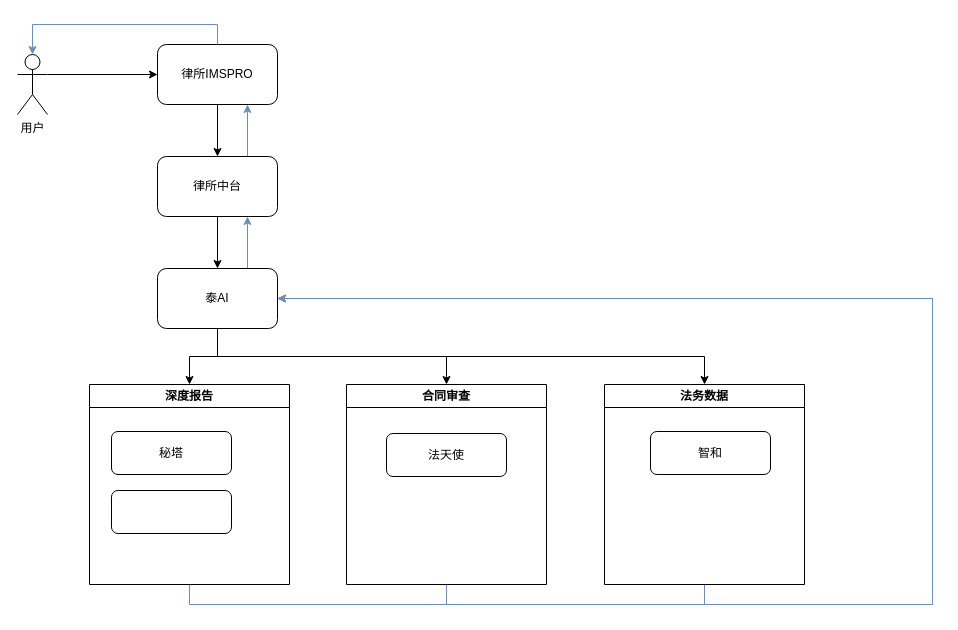
Before: 1110_中台AI.drawio in hy986/Repo_0110, a draw.io diagram. Source tidied: cells renumbered, new cells numbered last; positions are measured from the earlier drawing's top-left corner, leaving out a move shared by most shapes. Both pictures are drawn from the tidied source at 100%, with x=0, y=0 at pixel (17, 44).
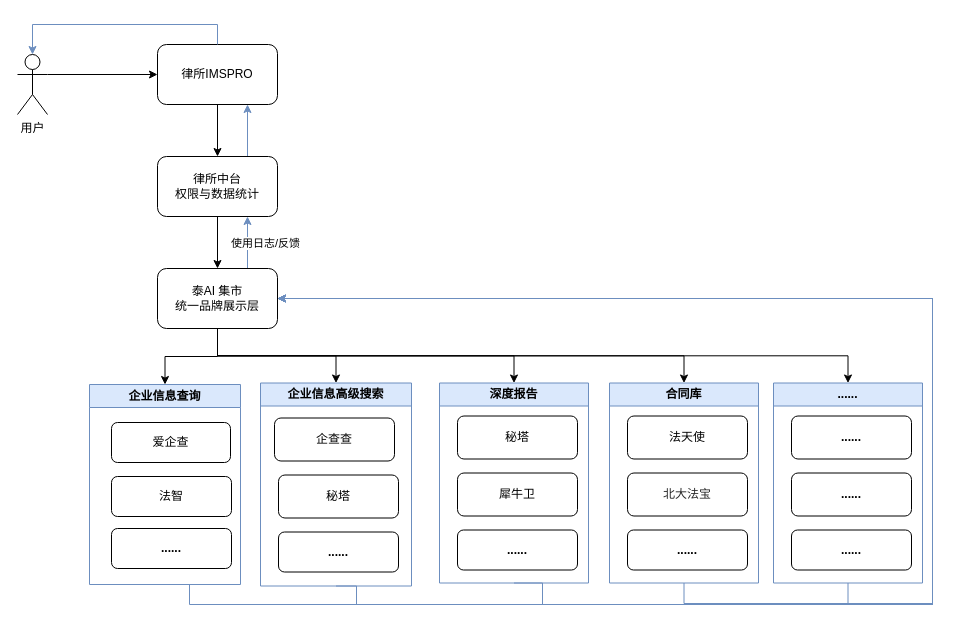
After the change.

Unchanged cells that the change refers to:
```xml
<mxCell id="12" style="edgeStyle=orthogonalEdgeStyle;rounded=0;jettySize=auto;html=1;exitX=0.75;exitY=0;exitDx=0;exitDy=0;entryX=0.75;entryY=1;entryDx=0;entryDy=0;fillColor=#dae8fc;strokeColor=#6c8ebf;" parent="1" edge="1" source="13" target="8">
  <mxGeometry relative="1" as="geometry" />
</mxCell>
```

The edit, as a diff of the source:
```diff
@@
-    <mxCell id="8" value="律所中台" style="rounded=1;whiteSpace=wrap;html=1;" parent="1" vertex="1">
+    <mxCell id="8" value="律所中台&lt;br&gt;权限与数据统计" style="rounded=1;whiteSpace=wrap;html=1;" parent="1" vertex="1">
       <mxGeometry x="140" y="112" width="120" height="60" as="geometry" />
     </mxCell>
@@
+    <mxCell id="25" value="使用日志/反馈" style="edgeLabel;html=1;align=center;verticalAlign=middle;" parent="12" vertex="1">
+      <mxGeometry x="-0.08" y="-2" relative="1" as="geometry">
+        <mxPoint x="15" y="-2" as="offset" />
+      </mxGeometry>
+    </mxCell>
+    <mxCell id="26" style="edgeStyle=orthogonalEdgeStyle;rounded=0;jettySize=auto;html=1;exitX=0.5;exitY=1;exitDx=0;exitDy=0;entryX=0.5;entryY=0;entryDx=0;entryDy=0;" parent="1" edge="1" source="13" target="34">
+      <mxGeometry relative="1" as="geometry" />
+    </mxCell>
+    <mxCell id="27" style="edgeStyle=orthogonalEdgeStyle;rounded=0;jettySize=auto;html=1;exitX=0.5;exitY=1;exitDx=0;exitDy=0;entryX=0.5;entryY=0;entryDx=0;entryDy=0;" parent="1" edge="1" source="13" target="39">
+      <mxGeometry relative="1" as="geometry" />
+    </mxCell>
-    <mxCell id="13" value="泰AI" style="rounded=1;whiteSpace=wrap;html=1;" parent="1" vertex="1">
+    <mxCell id="13" value="泰AI 集市&lt;br&gt;统一品牌展示层" style="rounded=1;whiteSpace=wrap;html=1;" parent="1" vertex="1">
       <mxGeometry x="140" y="224" width="120" height="60" as="geometry" />
     </mxCell>
@@
-    <mxCell id="15" value="深度报告" style="swimlane;whiteSpace=wrap;html=1;" parent="1" vertex="1">
-      <mxGeometry x="72" y="340" width="200" height="200" as="geometry" />
+    <mxCell id="15" value="企业信息查询" style="swimlane;whiteSpace=wrap;html=1;fillColor=#dae8fc;strokeColor=#6c8ebf;" parent="1" vertex="1">
+      <mxGeometry x="72" y="340" width="151" height="200" as="geometry" />
     </mxCell>
-    <mxCell id="16" style="rounded=1;whiteSpace=wrap;html=1;" parent="15" vertex="1">
-      <mxGeometry x="22" y="106" width="120" height="43" as="geometry" />
+    <mxCell id="16" value="法智" style="rounded=1;whiteSpace=wrap;html=1;" parent="15" vertex="1">
+      <mxGeometry x="22" y="92" width="120" height="40" as="geometry" />
     </mxCell>
-    <mxCell id="17" value="秘塔" style="rounded=1;whiteSpace=wrap;html=1;" parent="15" vertex="1">
-      <mxGeometry x="22" y="47" width="120" height="43" as="geometry" />
+    <mxCell id="17" value="爱企查" style="rounded=1;whiteSpace=wrap;html=1;" parent="15" vertex="1">
+      <mxGeometry x="22" y="38" width="119" height="40" as="geometry" />
     </mxCell>
+    <mxCell id="28" value="&lt;span style=&quot;font-weight: 700;&quot;&gt;......&lt;/span&gt;" style="rounded=1;whiteSpace=wrap;html=1;" parent="15" vertex="1">
+      <mxGeometry x="22" y="144" width="120" height="40" as="geometry" />
+    </mxCell>
     <mxCell id="18" style="edgeStyle=orthogonalEdgeStyle;rounded=0;jettySize=auto;html=1;exitX=0.5;exitY=1;exitDx=0;exitDy=0;entryX=1;entryY=0.5;entryDx=0;entryDy=0;fillColor=#dae8fc;strokeColor=#6c8ebf;" parent="1" edge="1" source="19" target="13">
       <mxGeometry relative="1" as="geometry">
         <Array as="points">
-          <mxPoint x="429" y="560" />
+          <mxPoint x="339" y="560" />
           <mxPoint x="915" y="560" />
           <mxPoint x="915" y="254" />
         </Array>
       </mxGeometry>
     </mxCell>
-    <mxCell id="19" value="合同审查" style="swimlane;whiteSpace=wrap;html=1;" parent="1" vertex="1">
-      <mxGeometry x="329" y="340" width="200" height="200" as="geometry" />
+    <mxCell id="19" value="企业信息高级搜索" style="swimlane;whiteSpace=wrap;html=1;fillColor=#dae8fc;strokeColor=#6c8ebf;" parent="1" vertex="1">
+      <mxGeometry x="243" y="338.5" width="151" height="203" as="geometry" />
     </mxCell>
-    <mxCell id="20" value="法天使" style="rounded=1;whiteSpace=wrap;html=1;" parent="19" vertex="1">
-      <mxGeometry x="40" y="49" width="120" height="43" as="geometry" />
+    <mxCell id="20" value="企查查" style="rounded=1;whiteSpace=wrap;html=1;" parent="19" vertex="1">
+      <mxGeometry x="14" y="35" width="120" height="43" as="geometry" />
     </mxCell>
+    <mxCell id="29" value="秘塔" style="rounded=1;whiteSpace=wrap;html=1;" parent="19" vertex="1">
+      <mxGeometry x="18" y="92" width="120" height="43" as="geometry" />
+    </mxCell>
+    <mxCell id="30" value="&lt;span style=&quot;font-weight: 700;&quot;&gt;......&lt;/span&gt;" style="rounded=1;whiteSpace=wrap;html=1;" parent="19" vertex="1">
+      <mxGeometry x="18" y="149" width="120" height="40" as="geometry" />
+    </mxCell>
     <mxCell id="21" style="edgeStyle=orthogonalEdgeStyle;rounded=0;jettySize=auto;html=1;exitX=0.5;exitY=1;exitDx=0;exitDy=0;entryX=1;entryY=0.5;entryDx=0;entryDy=0;fillColor=#dae8fc;strokeColor=#6c8ebf;" parent="1" edge="1" source="22" target="13">
       <mxGeometry relative="1" as="geometry">
         <Array as="points">
-          <mxPoint x="687" y="560" />
+          <mxPoint x="525" y="560" />
           <mxPoint x="915" y="560" />
           <mxPoint x="915" y="254" />
         </Array>
       </mxGeometry>
     </mxCell>
-    <mxCell id="22" value="法务数据" style="swimlane;whiteSpace=wrap;html=1;" parent="1" vertex="1">
-      <mxGeometry x="587" y="340" width="200" height="200" as="geometry" />
+    <mxCell id="22" value="深度报告" style="swimlane;whiteSpace=wrap;html=1;fillColor=#dae8fc;strokeColor=#6c8ebf;" parent="1" vertex="1">
+      <mxGeometry x="422" y="338.5" width="149" height="200" as="geometry" />
     </mxCell>
-    <mxCell id="23" value="智和" style="rounded=1;whiteSpace=wrap;html=1;" parent="22" vertex="1">
-      <mxGeometry x="46" y="47" width="120" height="43" as="geometry" />
+    <mxCell id="23" value="秘塔" style="rounded=1;whiteSpace=wrap;html=1;" parent="22" vertex="1">
+      <mxGeometry x="18" y="33" width="120" height="43" as="geometry" />
     </mxCell>
+    <mxCell id="31" value="犀牛卫" style="rounded=1;whiteSpace=wrap;html=1;" parent="22" vertex="1">
+      <mxGeometry x="18" y="90" width="120" height="43" as="geometry" />
+    </mxCell>
+    <mxCell id="32" value="&lt;span style=&quot;font-weight: 700;&quot;&gt;......&lt;/span&gt;" style="rounded=1;whiteSpace=wrap;html=1;" parent="22" vertex="1">
+      <mxGeometry x="18" y="147" width="120" height="40" as="geometry" />
+    </mxCell>
@@
+    <mxCell id="33" style="edgeStyle=orthogonalEdgeStyle;rounded=0;jettySize=auto;html=1;exitX=0.5;exitY=1;exitDx=0;exitDy=0;entryX=1;entryY=0.5;entryDx=0;entryDy=0;fillColor=#dae8fc;strokeColor=#6c8ebf;" parent="1" edge="1" source="34" target="13">
+      <mxGeometry relative="1" as="geometry">
+        <Array as="points">
+          <mxPoint x="667" y="559" />
+          <mxPoint x="915" y="559" />
+          <mxPoint x="915" y="254" />
+        </Array>
+      </mxGeometry>
+    </mxCell>
+    <mxCell id="34" value="合同库" style="swimlane;whiteSpace=wrap;html=1;fillColor=#dae8fc;strokeColor=#6c8ebf;" parent="1" vertex="1">
+      <mxGeometry x="592" y="338.5" width="149" height="200" as="geometry" />
+    </mxCell>
+    <mxCell id="35" value="法天使" style="rounded=1;whiteSpace=wrap;html=1;" parent="34" vertex="1">
+      <mxGeometry x="18" y="33" width="120" height="43" as="geometry" />
+    </mxCell>
+    <mxCell id="36" value="&lt;span style=&quot;color: rgba(0, 0, 0, 0.85); font-family: Inter, -apple-system, BlinkMacSystemFont, &amp;quot;Segoe UI&amp;quot;, &amp;quot;PingFang SC&amp;quot;, &amp;quot;Hiragino Sans GB&amp;quot;, &amp;quot;Microsoft YaHei&amp;quot;, &amp;quot;Helvetica Neue&amp;quot;, Helvetica, Arial, sans-serif; text-align: start; background-color: rgb(255, 255, 255);&quot;&gt;&lt;font&gt;北大法宝&lt;/font&gt;&lt;/span&gt;" style="rounded=1;whiteSpace=wrap;html=1;" parent="34" vertex="1">
+      <mxGeometry x="18" y="90" width="120" height="43" as="geometry" />
+    </mxCell>
+    <mxCell id="37" value="&lt;span style=&quot;font-weight: 700;&quot;&gt;......&lt;/span&gt;" style="rounded=1;whiteSpace=wrap;html=1;" parent="34" vertex="1">
+      <mxGeometry x="18" y="147" width="120" height="40" as="geometry" />
+    </mxCell>
+    <mxCell id="38" style="edgeStyle=orthogonalEdgeStyle;rounded=0;jettySize=auto;html=1;exitX=0.5;exitY=1;exitDx=0;exitDy=0;entryX=1;entryY=0.5;entryDx=0;entryDy=0;fillColor=#dae8fc;strokeColor=#6c8ebf;" parent="1" edge="1" source="39" target="13">
+      <mxGeometry relative="1" as="geometry">
+        <Array as="points">
+          <mxPoint x="831" y="559" />
+          <mxPoint x="915" y="559" />
+          <mxPoint x="915" y="254" />
+        </Array>
+      </mxGeometry>
+    </mxCell>
+    <mxCell id="39" value="......" style="swimlane;whiteSpace=wrap;html=1;fillColor=#dae8fc;strokeColor=#6c8ebf;" parent="1" vertex="1">
+      <mxGeometry x="756" y="338.5" width="149" height="200" as="geometry" />
+    </mxCell>
+    <mxCell id="40" value="&lt;span style=&quot;font-weight: 700;&quot;&gt;......&lt;/span&gt;" style="rounded=1;whiteSpace=wrap;html=1;" parent="39" vertex="1">
+      <mxGeometry x="18" y="33" width="120" height="43" as="geometry" />
+    </mxCell>
+    <mxCell id="41" value="&lt;span style=&quot;font-weight: 700;&quot;&gt;......&lt;/span&gt;" style="rounded=1;whiteSpace=wrap;html=1;" parent="39" vertex="1">
+      <mxGeometry x="18" y="90" width="120" height="43" as="geometry" />
+    </mxCell>
+    <mxCell id="42" value="&lt;span style=&quot;font-weight: 700;&quot;&gt;......&lt;/span&gt;" style="rounded=1;whiteSpace=wrap;html=1;" parent="39" vertex="1">
+      <mxGeometry x="18" y="147" width="120" height="40" as="geometry" />
+    </mxCell>
```
